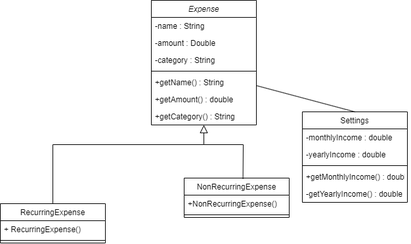
The draw.io diagram UML.drawio.png in Macaela-Morrison/IS147-Group-A-Project, before a commit. Source tidied: cells renumbered, new cells last; positions are measured from the earlier drawing's top-left corner, leaving out a move shared by most shapes.
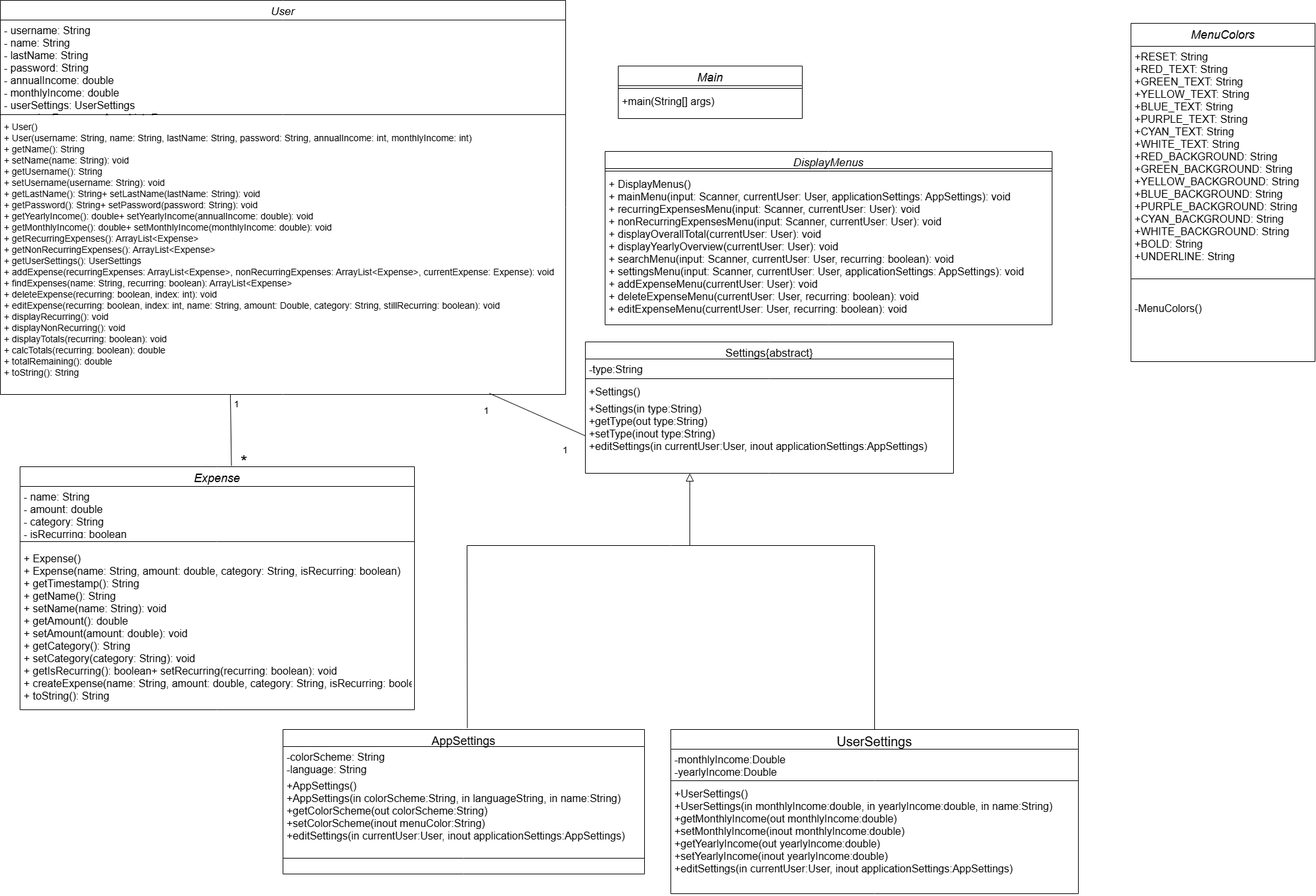
The same file after the commit.

Commit message:
Added PNG of completed UML diagram

What changed in the source:
```diff
@@ -2,91 +2,143 @@
   <root>
     <mxCell id="0" />
     <mxCell id="1" parent="0" />
-    <mxCell id="2" value="Expense" style="swimlane;fontStyle=2;align=center;verticalAlign=top;horizontal=1;startSize=26;rounded=0;shadow=0;strokeWidth=1;" parent="1" vertex="1">
-      <mxGeometry x="230" width="160" height="190" as="geometry" />
+    <mxCell id="2" value="User" style="swimlane;fontStyle=2;align=center;verticalAlign=top;horizontal=1;startSize=30;rounded=0;shadow=0;strokeWidth=1;fontSize=17;" parent="1" vertex="1">
+      <mxGeometry x="-110" y="-30" width="860" height="600" as="geometry" />
     </mxCell>
-    <mxCell id="3" value="-name : String" style="text;align=left;verticalAlign=top;spacingLeft=4;spacingRight=4;overflow=hidden;rounded=0;shadow=0;html=0;" parent="2" vertex="1">
-      <mxGeometry y="26" width="160" height="26" as="geometry" />
+    <mxCell id="3" value="- username: String&#10;- name: String&#10;- lastName: String&#10;- password: String&#10;- annualIncome: double&#10;- monthlyIncome: double&#10;- userSettings: UserSettings&#10;- recurringExpenses: ArrayList&lt;Expense&gt;&#10;- nonRecurringExpenses: ArrayList&lt;Expense&gt;" style="text;align=left;verticalAlign=top;spacingLeft=4;spacingRight=4;overflow=hidden;rounded=0;shadow=0;html=0;fontSize=16;" parent="2" vertex="1">
+      <mxGeometry y="30" width="860" height="140" as="geometry" />
     </mxCell>
-    <mxCell id="4" value="-amount : Double" style="text;align=left;verticalAlign=top;spacingLeft=4;spacingRight=4;overflow=hidden;rounded=0;shadow=0;html=0;" parent="2" vertex="1">
-      <mxGeometry y="52" width="160" height="26" as="geometry" />
-    </mxCell>
-    <mxCell id="5" value="-category : String" style="text;align=left;verticalAlign=top;spacingLeft=4;spacingRight=4;overflow=hidden;rounded=0;shadow=0;html=0;" parent="2" vertex="1">
-      <mxGeometry y="78" width="160" height="26" as="geometry" />
-    </mxCell>
     <mxCell id="6" style="line;html=1;strokeWidth=1;align=left;verticalAlign=middle;spacingTop=-1;spacingLeft=3;spacingRight=3;labelPosition=right;" parent="2" vertex="1">
-      <mxGeometry y="104" width="160" height="8" as="geometry" />
+      <mxGeometry y="170" width="860" height="8" as="geometry" />
     </mxCell>
-    <mxCell id="7" value="+getName() : String&#10;" style="text;align=left;verticalAlign=top;spacingLeft=4;spacingRight=4;overflow=hidden;points=[[0,0.5],[1,0.5]];portConstraint=eastwest;" parent="2" vertex="1">
-      <mxGeometry y="112" width="160" height="26" as="geometry" />
+    <mxCell id="7" value="+ User()&#10;+ User(username: String, name: String, lastName: String, password: String, annualIncome: int, monthlyIncome: int)&#10;+ getName(): String&#10;+ setName(name: String): void&#10;+ getUsername(): String&#10;+ setUsername(username: String): void&#10;+ getLastName(): String+ setLastName(lastName: String): void&#10;+ getPassword(): String+ setPassword(password: String): void&#10;+ getYearlyIncome(): double+ setYearlyIncome(annualIncome: double): void&#10;+ getMonthlyIncome(): double+ setMonthlyIncome(monthlyIncome: double): void&#10;+ getRecurringExpenses(): ArrayList&lt;Expense&gt;&#10;+ getNonRecurringExpenses(): ArrayList&lt;Expense&gt;&#10;+ getUserSettings(): UserSettings&#10;+ addExpense(recurringExpenses: ArrayList&lt;Expense&gt;, nonRecurringExpenses: ArrayList&lt;Expense&gt;, currentExpense: Expense): void&#10;+ findExpenses(name: String, recurring: boolean): ArrayList&lt;Expense&gt;&#10;+ deleteExpense(recurring: boolean, index: int): void&#10;+ editExpense(recurring: boolean, index: int, name: String, amount: Double, category: String, stillRecurring: boolean): void&#10;+ displayRecurring(): void&#10;+ displayNonRecurring(): void&#10;+ displayTotals(recurring: boolean): void&#10;+ calcTotals(recurring: boolean): double&#10;+ totalRemaining(): double&#10;+ toString(): String" style="text;align=left;verticalAlign=top;spacingLeft=4;spacingRight=4;overflow=hidden;points=[[0,0.5],[1,0.5]];portConstraint=eastwest;fontSize=14;" parent="2" vertex="1">
+      <mxGeometry y="178" width="860" height="422" as="geometry" />
     </mxCell>
-    <mxCell id="8" value="+getAmount() : double&#10; " style="text;align=left;verticalAlign=top;spacingLeft=4;spacingRight=4;overflow=hidden;" parent="2" vertex="1">
-      <mxGeometry y="138" width="160" height="26" as="geometry" />
-    </mxCell>
-    <mxCell id="9" value="+getCategory() : String&#10;" style="text;align=left;verticalAlign=top;spacingLeft=4;spacingRight=4;overflow=hidden;" parent="2" vertex="1">
-      <mxGeometry y="164" width="160" height="26" as="geometry" />
-    </mxCell>
-    <mxCell id="10" value="RecurringExpense" style="swimlane;fontStyle=0;align=center;verticalAlign=top;horizontal=1;startSize=26;rounded=0;shadow=0;strokeWidth=1;" parent="1" vertex="1">
-      <mxGeometry y="310" width="160" height="60" as="geometry" />
+    <mxCell id="10" value="AppSettings" style="swimlane;fontStyle=0;align=center;verticalAlign=top;horizontal=1;startSize=26;rounded=0;shadow=0;strokeWidth=1;fontSize=18;" parent="1" vertex="1">
+      <mxGeometry x="320" y="1080" width="550" height="220" as="geometry" />
     </mxCell>
-    <mxCell id="11" value="+ RecurringExpense()" style="text;align=left;verticalAlign=top;spacingLeft=4;spacingRight=4;overflow=hidden;" parent="10" vertex="1">
-      <mxGeometry y="26" width="160" height="26" as="geometry" />
+    <mxCell id="11" value="-colorScheme: String&#10;-language: String" style="text;align=left;verticalAlign=top;spacingLeft=4;spacingRight=4;overflow=hidden;fontSize=16;" parent="10" vertex="1">
+      <mxGeometry y="26" width="550" height="44" as="geometry" />
     </mxCell>
+    <mxCell id="26" value="+AppSettings()&#10;+AppSettings(in colorScheme:String, in languageString, in name:String)&#10;+getColorScheme(out colorScheme:String)&#10;+setColorScheme(inout menuColor:String)&#10;+editSettings(in currentUser:User, inout applicationSettings:AppSettings)&#10;" style="text;align=left;verticalAlign=top;spacingLeft=4;spacingRight=4;overflow=hidden;fontSize=16;" parent="10" vertex="1">
+      <mxGeometry y="70" width="550" height="122" as="geometry" />
+    </mxCell>
     <mxCell id="12" style="line;html=1;strokeWidth=1;align=left;verticalAlign=middle;spacingTop=-1;spacingLeft=3;spacingRight=3;labelPosition=right;" parent="10" vertex="1">
-      <mxGeometry y="52" width="160" height="8" as="geometry" />
+      <mxGeometry y="192" width="550" height="8" as="geometry" />
     </mxCell>
-    <mxCell id="13" style="endArrow=block;endSize=10;endFill=0;shadow=0;strokeWidth=1;rounded=0;curved=0;edgeStyle=elbowEdgeStyle;elbow=vertical;" parent="1" edge="1" source="10" target="2">
+    <mxCell id="13" style="endArrow=block;endSize=10;endFill=0;shadow=0;strokeWidth=1;rounded=0;curved=0;edgeStyle=elbowEdgeStyle;elbow=vertical;" parent="1" edge="1">
       <mxGeometry relative="1" as="geometry">
+        <mxPoint x="938.9" y="800" as="sourcePoint" />
+        <mxPoint x="938.9" y="690" as="targetPoint" />
         <Array as="points">
-          <mxPoint x="200" y="220" />
+          <mxPoint x="608.9" y="710" />
         </Array>
       </mxGeometry>
     </mxCell>
-    <mxCell id="14" value="NonRecurringExpense" style="swimlane;fontStyle=0;align=center;verticalAlign=top;horizontal=1;startSize=26;rounded=0;shadow=0;strokeWidth=1;" parent="1" vertex="1">
-      <mxGeometry x="280" y="271" width="160" height="60" as="geometry" />
+    <mxCell id="14" value="UserSettings" style="swimlane;fontStyle=0;align=center;verticalAlign=top;horizontal=1;startSize=30;rounded=0;shadow=0;strokeWidth=1;fontSize=20;" parent="1" vertex="1">
+      <mxGeometry x="910" y="1080" width="620" height="250" as="geometry" />
     </mxCell>
-    <mxCell id="15" value="+NonRecurringExpense()" style="text;align=left;verticalAlign=top;spacingLeft=4;spacingRight=4;overflow=hidden;" parent="14" vertex="1">
-      <mxGeometry y="26" width="160" height="26" as="geometry" />
+    <mxCell id="15" value="-monthlyIncome:Double&#10;-yearlyIncome:Double" style="text;align=left;verticalAlign=top;spacingLeft=4;spacingRight=4;overflow=hidden;fontSize=16;" parent="14" vertex="1">
+      <mxGeometry y="30" width="620" height="44" as="geometry" />
     </mxCell>
     <mxCell id="16" style="line;html=1;strokeWidth=1;align=left;verticalAlign=middle;spacingTop=-1;spacingLeft=3;spacingRight=3;labelPosition=right;" parent="14" vertex="1">
-      <mxGeometry y="52" width="160" height="8" as="geometry" />
+      <mxGeometry y="74" width="620" height="8" as="geometry" />
     </mxCell>
-    <mxCell id="17" style="endArrow=none;html=1;rounded=0;" parent="1" edge="1">
-      <mxGeometry relative="1" as="geometry">
-        <mxPoint x="310" y="220" as="sourcePoint" />
-        <mxPoint x="370" y="220" as="targetPoint" />
-        <Array as="points">
-          <mxPoint x="370" y="220" />
-        </Array>
-      </mxGeometry>
-    </mxCell>
+    <mxCell id="27" value="+UserSettings()&#10;+UserSettings(in monthlyIncome:double, in yearlyIncome:double, in name:String)&#10;+getMonthlyIncome(out monthlyIncome:double)&#10;+setMonthlyIncome(inout monthlyIncome:double)&#10;+getYearlyIncome(out yearlyIncome:double)&#10;+setYearlyIncome(inout yearlyIncome:double)&#10;+editSettings(in currentUser:User, inout applicationSettings:AppSettings)&#10;" style="text;align=left;verticalAlign=top;spacingLeft=4;spacingRight=4;overflow=hidden;fontSize=16;" parent="14" vertex="1">
+      <mxGeometry y="82" width="620" height="168" as="geometry" />
+    </mxCell>
-    <mxCell id="18" value="Settings" style="swimlane;fontStyle=0;align=center;verticalAlign=top;horizontal=1;startSize=26;rounded=0;shadow=0;strokeWidth=1;" parent="1" vertex="1">
-      <mxGeometry x="460" y="170" width="160" height="138" as="geometry" />
+    <mxCell id="18" value="Settings{abstract}" style="swimlane;fontStyle=0;align=center;verticalAlign=top;horizontal=1;startSize=26;rounded=0;shadow=0;strokeWidth=1;fontSize=17;" parent="1" vertex="1">
+      <mxGeometry x="780" y="490" width="560" height="200" as="geometry" />
     </mxCell>
-    <mxCell id="19" value="-monthlyIncome : double" style="text;align=left;verticalAlign=top;spacingLeft=4;spacingRight=4;overflow=hidden;" parent="18" vertex="1">
-      <mxGeometry y="26" width="160" height="26" as="geometry" />
+    <mxCell id="19" value="-type:String" style="text;align=left;verticalAlign=top;spacingLeft=4;spacingRight=4;overflow=hidden;fontSize=16;" parent="18" vertex="1">
+      <mxGeometry y="26" width="560" height="26" as="geometry" />
     </mxCell>
-    <mxCell id="20" value="-yearlyIncome : double" style="text;align=left;verticalAlign=top;spacingLeft=4;spacingRight=4;overflow=hidden;" parent="18" vertex="1">
-      <mxGeometry y="52" width="160" height="26" as="geometry" />
-    </mxCell>
     <mxCell id="21" value="&lt;span style=&quot;color: rgba(0, 0, 0, 0); font-family: monospace; font-size: 0px; background-color: rgb(251, 251, 251);&quot;&gt;%3CmxGraphModel%3E%3Croot%3E%3CmxCell%20id%3D%220%22%2F%3E%3CmxCell%20id%3D%221%22%20parent%3D%220%22%2F%3E%3CmxCell%20id%3D%222%22%20value%3D%22-monthlyIncome%20%3A%20double%22%20style%3D%22text%3Balign%3Dleft%3BverticalAlign%3Dtop%3BspacingLeft%3D4%3BspacingRight%3D4%3Boverflow%3Dhidden%3Brotatable%3D0%3Bpoints%3D%5B%5B0%2C0.5%5D%2C%5B1%2C0.5%5D%5D%3BportConstraint%3Deastwest%3B%22%20vertex%3D%221%22%20parent%3D%221%22%3E%3CmxGeometry%20x%3D%22580%22%20y%3D%22246%22%20width%3D%22160%22%20height%3D%2226%22%20as%3D%22geometry%22%2F%3E%3C%2FmxCell%3E%3C%2Froot%3E%3C%2FmxGraphModel%3E&lt;/span&gt;" style="line;html=1;strokeWidth=1;align=left;verticalAlign=middle;spacingTop=-1;spacingLeft=3;spacingRight=3;labelPosition=right;" parent="18" vertex="1">
-      <mxGeometry y="78" width="160" height="8" as="geometry" />
+      <mxGeometry y="52" width="560" height="8" as="geometry" />
     </mxCell>
-    <mxCell id="22" value="+getMonthlyIncome() : double" style="text;align=left;verticalAlign=top;spacingLeft=4;spacingRight=4;overflow=hidden;" parent="18" vertex="1">
-      <mxGeometry y="86" width="160" height="26" as="geometry" />
+    <mxCell id="22" value="+Settings()" style="text;align=left;verticalAlign=top;spacingLeft=4;spacingRight=4;overflow=hidden;fontSize=16;" parent="18" vertex="1">
+      <mxGeometry y="60" width="560" height="26" as="geometry" />
     </mxCell>
-    <mxCell id="23" value="-getYearlyIncome() : double" style="text;align=left;verticalAlign=top;spacingLeft=4;spacingRight=4;overflow=hidden;points=[[0,0.5],[1,0.5]];portConstraint=eastwest;" parent="18" vertex="1">
-      <mxGeometry y="112" width="160" height="26" as="geometry" />
+    <mxCell id="23" value="+Settings(in type:String)&#10;+getType(out type:String)&#10;+setType(inout type:String)&#10;+editSettings(in currentUser:User, inout applicationSettings:AppSettings)" style="text;align=left;verticalAlign=top;spacingLeft=4;spacingRight=4;overflow=hidden;points=[[0,0.5],[1,0.5]];portConstraint=eastwest;fontSize=16;" parent="18" vertex="1">
+      <mxGeometry y="86" width="560" height="114" as="geometry" />
     </mxCell>
-    <mxCell id="24" style="endArrow=none;html=1;rounded=0;entryX=0.5;entryY=0;entryDx=0;entryDy=0;" parent="1" edge="1" target="18">
-      <mxGeometry relative="1" as="geometry">
-        <mxPoint x="390" y="130" as="sourcePoint" />
-      </mxGeometry>
-    </mxCell>
-    <mxCell id="25" style="endArrow=none;html=1;rounded=0;exitX=0.56;exitY=0.021;exitDx=0;exitDy=0;exitPerimeter=0;" parent="1" edge="1" source="14">
+    <mxCell id="25" style="endArrow=none;html=1;rounded=0;exitX=0.5;exitY=0;exitDx=0;exitDy=0;" parent="1" edge="1" source="14">
       <mxGeometry relative="1" as="geometry">
-        <mxPoint x="370" y="220" as="targetPoint" />
+        <mxPoint x="1220" y="800" as="targetPoint" />
       </mxGeometry>
     </mxCell>
+    <mxCell id="28" style="endArrow=none;html=1;rounded=0;exitX=0.51;exitY=-0.01;exitDx=0;exitDy=0;exitPerimeter=0;" parent="1" edge="1" source="10">
+      <mxGeometry relative="1" as="geometry">
+        <mxPoint x="600" y="800" as="targetPoint" />
+      </mxGeometry>
+    </mxCell>
+    <mxCell id="29" value="Expense" style="swimlane;fontStyle=2;align=center;verticalAlign=top;horizontal=1;startSize=30;rounded=0;shadow=0;strokeWidth=1;fontSize=18;" parent="1" vertex="1">
+      <mxGeometry x="-80" y="680" width="600" height="370" as="geometry" />
+    </mxCell>
+    <mxCell id="30" value="- name: String&#10;- amount: double&#10;- category: String&#10;- isRecurring: boolean&#10;- timestamp: String" style="text;align=left;verticalAlign=top;spacingLeft=4;spacingRight=4;overflow=hidden;rounded=0;shadow=0;html=0;fontSize=16;" parent="29" vertex="1">
+      <mxGeometry y="30" width="600" height="74" as="geometry" />
+    </mxCell>
+    <mxCell id="31" style="line;html=1;strokeWidth=1;align=left;verticalAlign=middle;spacingTop=-1;spacingLeft=3;spacingRight=3;labelPosition=right;" parent="29" vertex="1">
+      <mxGeometry y="104" width="600" height="20" as="geometry" />
+    </mxCell>
+    <mxCell id="32" value="+ Expense()&#10;+ Expense(name: String, amount: double, category: String, isRecurring: boolean)&#10;+ getTimestamp(): String&#10;+ getName(): String&#10;+ setName(name: String): void&#10;+ getAmount(): double&#10;+ setAmount(amount: double): void&#10;+ getCategory(): String&#10;+ setCategory(category: String): void&#10;+ getIsRecurring(): boolean+ setRecurring(recurring: boolean): void&#10;+ createExpense(name: String, amount: double, category: String, isRecurring: boolean): Expense&#10;+ toString(): String" style="text;align=left;verticalAlign=top;spacingLeft=4;spacingRight=4;overflow=hidden;fontSize=16;" parent="29" vertex="1">
+      <mxGeometry y="124" width="600" height="246" as="geometry" />
+    </mxCell>
+    <mxCell id="33" value="Main" style="swimlane;fontStyle=2;align=center;verticalAlign=top;horizontal=1;startSize=30;rounded=0;shadow=0;strokeWidth=1;fontSize=18;" parent="1" vertex="1">
+      <mxGeometry x="830" y="70" width="280" height="80" as="geometry" />
+    </mxCell>
+    <mxCell id="34" style="line;html=1;strokeWidth=1;align=left;verticalAlign=middle;spacingTop=-1;spacingLeft=3;spacingRight=3;labelPosition=right;" parent="33" vertex="1">
+      <mxGeometry y="30" width="280" height="8" as="geometry" />
+    </mxCell>
+    <mxCell id="35" value="+main(String[] args)&#10;" style="text;align=left;verticalAlign=top;spacingLeft=4;spacingRight=4;overflow=hidden;fontSize=16;" parent="33" vertex="1">
+      <mxGeometry y="38" width="280" height="26" as="geometry" />
+    </mxCell>
+    <mxCell id="36" value="DisplayMenus" style="swimlane;fontStyle=2;align=center;verticalAlign=top;horizontal=1;startSize=26;rounded=0;shadow=0;strokeWidth=1;fontSize=17;" parent="1" vertex="1">
+      <mxGeometry x="810" y="200" width="680" height="264" as="geometry" />
+    </mxCell>
+    <mxCell id="37" style="line;html=1;strokeWidth=1;align=left;verticalAlign=middle;spacingTop=-1;spacingLeft=3;spacingRight=3;labelPosition=right;" parent="36" vertex="1">
+      <mxGeometry y="26" width="680" height="8" as="geometry" />
+    </mxCell>
+    <mxCell id="38" value="+ DisplayMenus() &#10;+ mainMenu(input: Scanner, currentUser: User, applicationSettings: AppSettings): void &#10;+ recurringExpensesMenu(input: Scanner, currentUser: User): void &#10;+ nonRecurringExpensesMenu(input: Scanner, currentUser: User): void&#10;+ displayOverallTotal(currentUser: User): void &#10;+ displayYearlyOverview(currentUser: User): void &#10;+ searchMenu(input: Scanner, currentUser: User, recurring: boolean): void &#10;+ settingsMenu(input: Scanner, currentUser: User, applicationSettings: AppSettings): void &#10;+ addExpenseMenu(currentUser: User): void &#10;+ deleteExpenseMenu(currentUser: User, recurring: boolean): void &#10;+ editExpenseMenu(currentUser: User, recurring: boolean): void" style="text;align=left;verticalAlign=top;spacingLeft=4;spacingRight=4;overflow=hidden;fontSize=16;" parent="36" vertex="1">
+      <mxGeometry y="34" width="680" height="230" as="geometry" />
+    </mxCell>
+    <mxCell id="39" style="endArrow=none;html=1;rounded=0;" parent="1" edge="1">
+      <mxGeometry relative="1" as="geometry">
+        <mxPoint x="1220" y="800" as="sourcePoint" />
+        <mxPoint x="600" y="800" as="targetPoint" />
+      </mxGeometry>
+    </mxCell>
+    <mxCell id="40" value="MenuColors" style="swimlane;fontStyle=2;align=center;verticalAlign=top;horizontal=1;startSize=35;rounded=0;shadow=0;strokeWidth=1;fontSize=18;" parent="1" vertex="1">
+      <mxGeometry x="1610" y="5" width="280" height="515" as="geometry" />
+    </mxCell>
+    <mxCell id="41" value="+RESET: String&#10;+RED_TEXT: String&#10;+GREEN_TEXT: String&#10;+YELLOW_TEXT: String&#10;+BLUE_TEXT: String&#10;+PURPLE_TEXT: String&#10;+CYAN_TEXT: String&#10;+WHITE_TEXT: String&#10;+RED_BACKGROUND: String&#10;+GREEN_BACKGROUND: String&#10;+YELLOW_BACKGROUND: String&#10;+BLUE_BACKGROUND: String&#10;+PURPLE_BACKGROUND: String&#10;+CYAN_BACKGROUND: String&#10;+WHITE_BACKGROUND: String&#10;+BOLD: String&#10;+UNDERLINE: String" style="text;align=left;verticalAlign=top;spacingLeft=4;spacingRight=4;overflow=hidden;fontSize=16;" parent="40" vertex="1">
+      <mxGeometry y="35" width="280" height="325" as="geometry" />
+    </mxCell>
+    <mxCell id="42" style="line;html=1;strokeWidth=1;align=left;verticalAlign=middle;spacingTop=-1;spacingLeft=3;spacingRight=3;labelPosition=right;" parent="40" vertex="1">
+      <mxGeometry y="360" width="280" height="58" as="geometry" />
+    </mxCell>
+    <mxCell id="43" value="-MenuColors() " style="text;align=left;verticalAlign=top;spacingLeft=4;spacingRight=4;overflow=hidden;fontSize=16;" parent="40" vertex="1">
+      <mxGeometry y="418" width="280" height="22" as="geometry" />
+    </mxCell>
+    <mxCell id="44" style="endArrow=none;html=1;rounded=0;exitX=0.536;exitY=-0.003;exitDx=0;exitDy=0;exitPerimeter=0;" parent="1" edge="1" source="29">
+      <mxGeometry relative="1" as="geometry">
+        <mxPoint x="240" y="570" as="targetPoint" />
+      </mxGeometry>
+    </mxCell>
+    <mxCell id="45" value="*" style="text;align=left;verticalAlign=top;spacingLeft=4;spacingRight=4;overflow=hidden;fontSize=26;" parent="1" vertex="1">
+      <mxGeometry x="250" y="650" width="550" height="122" as="geometry" />
+    </mxCell>
+    <mxCell id="46" value="1" style="text;align=left;verticalAlign=top;spacingLeft=4;spacingRight=4;overflow=hidden;fontSize=14;" parent="1" vertex="1">
+      <mxGeometry x="240" y="570" width="120" height="50" as="geometry" />
+    </mxCell>
+    <mxCell id="47" style="endArrow=none;html=1;rounded=0;exitX=0.865;exitY=0.996;exitDx=0;exitDy=0;exitPerimeter=0;entryX=0;entryY=0.5;entryDx=0;entryDy=0;" parent="1" edge="1" source="7" target="23">
+      <mxGeometry relative="1" as="geometry" />
+    </mxCell>
+    <mxCell id="48" value="1" style="text;align=left;verticalAlign=top;spacingLeft=4;spacingRight=4;overflow=hidden;fontSize=14;" parent="1" vertex="1">
+      <mxGeometry x="620" y="580" width="40" height="30" as="geometry" />
+    </mxCell>
+    <mxCell id="49" value="1" style="text;align=left;verticalAlign=top;spacingLeft=4;spacingRight=4;overflow=hidden;fontSize=14;" parent="1" vertex="1">
+      <mxGeometry x="740" y="640" width="40" height="30" as="geometry" />
+    </mxCell>
   </root>
 </mxGraphModel>
```
